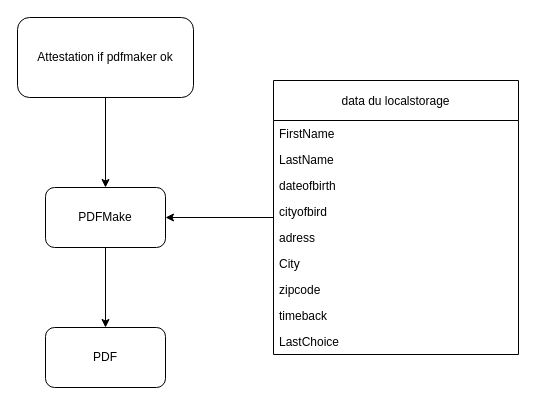
Earlier version of the draw.io diagram src/app/drawio/pdf.make.drawio (darkvadehors/Attestation-de-deplacement-derogatoire). Source tidied: cells renumbered, new cells numbered last; positions are measured from the earlier drawing's top-left corner, leaving out a move shared by most shapes. Both pictures are drawn from the tidied source at 100%, with x=0, y=0 at pixel (17, 17).
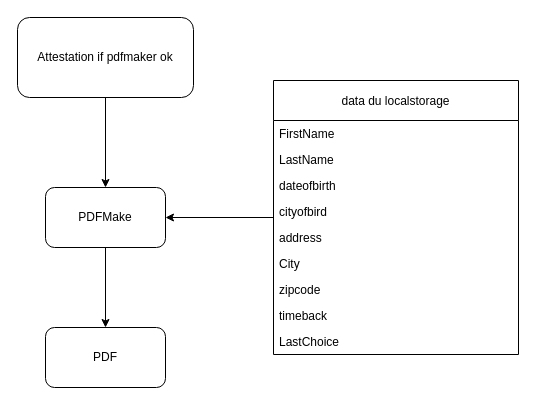
The same diagram, later.

What changed in the source:
```diff
@@
 <mxGraphModel>
   <root>
     <mxCell id="0" />
     <mxCell id="1" parent="0" />
     <mxCell id="2" style="edgeStyle=orthogonalEdgeStyle;rounded=0;jettySize=auto;html=1;" parent="1" edge="1" source="3" target="16">
       <mxGeometry relative="1" as="geometry" />
     </mxCell>
     <mxCell id="3" value="data du localstorage" style="swimlane;fontStyle=0;horizontal=1;startSize=40;fillColor=none;" parent="1" vertex="1">
       <mxGeometry x="256" y="63" width="245" height="274" as="geometry" />
     </mxCell>
     <mxCell id="4" value="FirstName" style="text;strokeColor=none;fillColor=none;align=left;verticalAlign=top;spacingLeft=4;spacingRight=4;overflow=hidden;" parent="3" vertex="1">
       <mxGeometry y="40" width="245" height="26" as="geometry" />
     </mxCell>
     <mxCell id="5" value="LastName" style="text;strokeColor=none;fillColor=none;align=left;verticalAlign=top;spacingLeft=4;spacingRight=4;overflow=hidden;" parent="3" vertex="1">
       <mxGeometry y="66" width="245" height="26" as="geometry" />
     </mxCell>
     <mxCell id="6" value="dateofbirth" style="text;strokeColor=none;fillColor=none;align=left;verticalAlign=top;spacingLeft=4;spacingRight=4;overflow=hidden;" parent="3" vertex="1">
       <mxGeometry y="92" width="245" height="26" as="geometry" />
     </mxCell>
     <mxCell id="7" value="cityofbird" style="text;strokeColor=none;fillColor=none;align=left;verticalAlign=top;spacingLeft=4;spacingRight=4;overflow=hidden;" parent="3" vertex="1">
       <mxGeometry y="118" width="245" height="26" as="geometry" />
     </mxCell>
-    <mxCell id="8" value="adress" style="text;strokeColor=none;fillColor=none;align=left;verticalAlign=top;spacingLeft=4;spacingRight=4;overflow=hidden;" parent="3" vertex="1">
+    <mxCell id="8" value="address" style="text;strokeColor=none;fillColor=none;align=left;verticalAlign=top;spacingLeft=4;spacingRight=4;overflow=hidden;" parent="3" vertex="1">
       <mxGeometry y="144" width="245" height="26" as="geometry" />
     </mxCell>
     <mxCell id="9" value="City" style="text;strokeColor=none;fillColor=none;align=left;verticalAlign=top;spacingLeft=4;spacingRight=4;overflow=hidden;" parent="3" vertex="1">
       <mxGeometry y="170" width="245" height="26" as="geometry" />
     </mxCell>
     <mxCell id="10" value="zipcode" style="text;strokeColor=none;fillColor=none;align=left;verticalAlign=top;spacingLeft=4;spacingRight=4;overflow=hidden;" parent="3" vertex="1">
       <mxGeometry y="196" width="245" height="26" as="geometry" />
     </mxCell>
     <mxCell id="11" value="timeback" style="text;strokeColor=none;fillColor=none;align=left;verticalAlign=top;spacingLeft=4;spacingRight=4;overflow=hidden;" parent="3" vertex="1">
       <mxGeometry y="222" width="245" height="26" as="geometry" />
     </mxCell>
     <mxCell id="12" value="LastChoice" style="text;strokeColor=none;fillColor=none;align=left;verticalAlign=top;spacingLeft=4;spacingRight=4;overflow=hidden;" parent="3" vertex="1">
       <mxGeometry y="248" width="245" height="26" as="geometry" />
     </mxCell>
     <mxCell id="13" style="edgeStyle=orthogonalEdgeStyle;rounded=0;jettySize=auto;html=1;" parent="1" edge="1" source="14" target="16">
       <mxGeometry relative="1" as="geometry" />
     </mxCell>
     <mxCell id="14" value="Attestation if pdfmaker ok" style="rounded=1;whiteSpace=wrap;html=1;" parent="1" vertex="1">
       <mxGeometry width="176" height="80" as="geometry" />
     </mxCell>
     <mxCell id="15" style="edgeStyle=orthogonalEdgeStyle;rounded=0;jettySize=auto;html=1;" parent="1" edge="1" source="16" target="17">
       <mxGeometry relative="1" as="geometry" />
     </mxCell>
     <mxCell id="16" value="PDFMake" style="whiteSpace=wrap;html=1;rounded=1;" parent="1" vertex="1">
       <mxGeometry x="28" y="170" width="120" height="60" as="geometry" />
     </mxCell>
     <mxCell id="17" value="PDF" style="whiteSpace=wrap;html=1;rounded=1;" parent="1" vertex="1">
       <mxGeometry x="28" y="310" width="120" height="60" as="geometry" />
     </mxCell>
   </root>
 </mxGraphModel>
```
